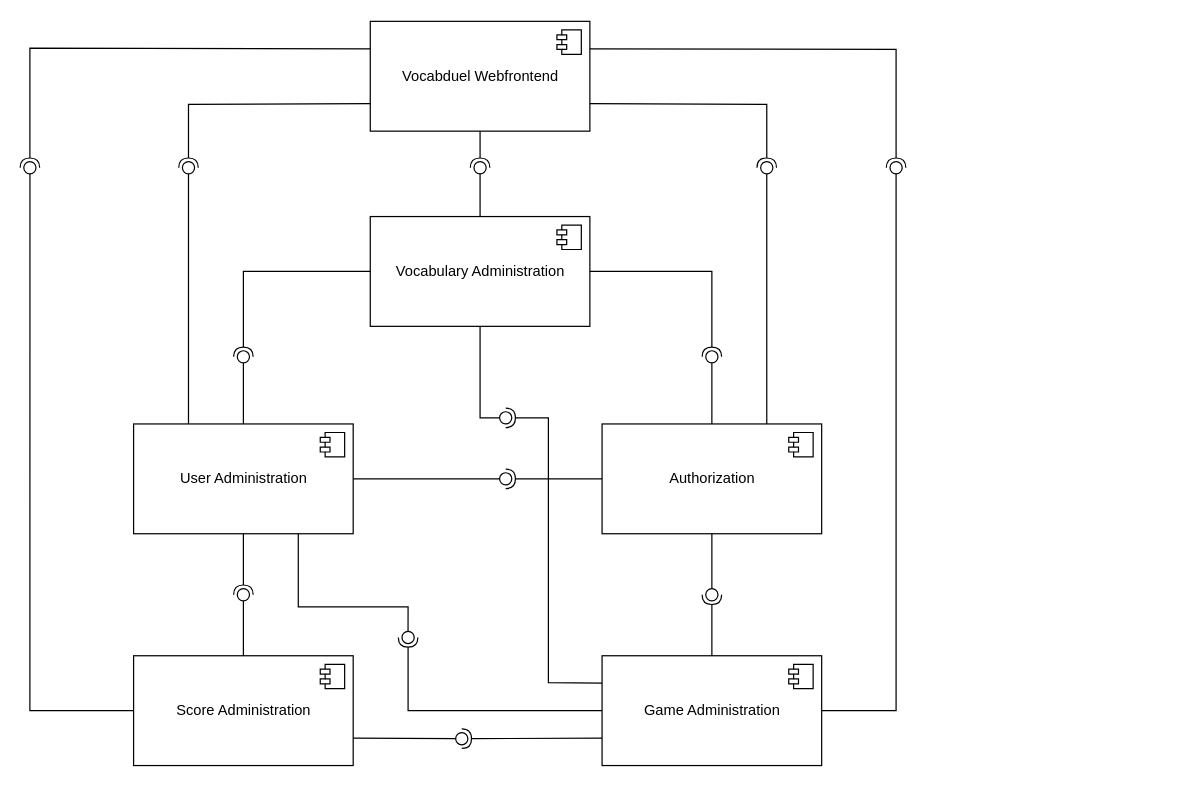
Before: components_diagram.drawio in lucaslar/htw-kba-gr7-vocabduel-monorepo, a draw.io diagram. Source tidied: cells renumbered, new cells numbered last; positions are measured from the earlier drawing's top-left corner, leaving out a move shared by most shapes. Both pictures are drawn from the tidied source at 122%, with x=0, y=0 at pixel (23, 21).
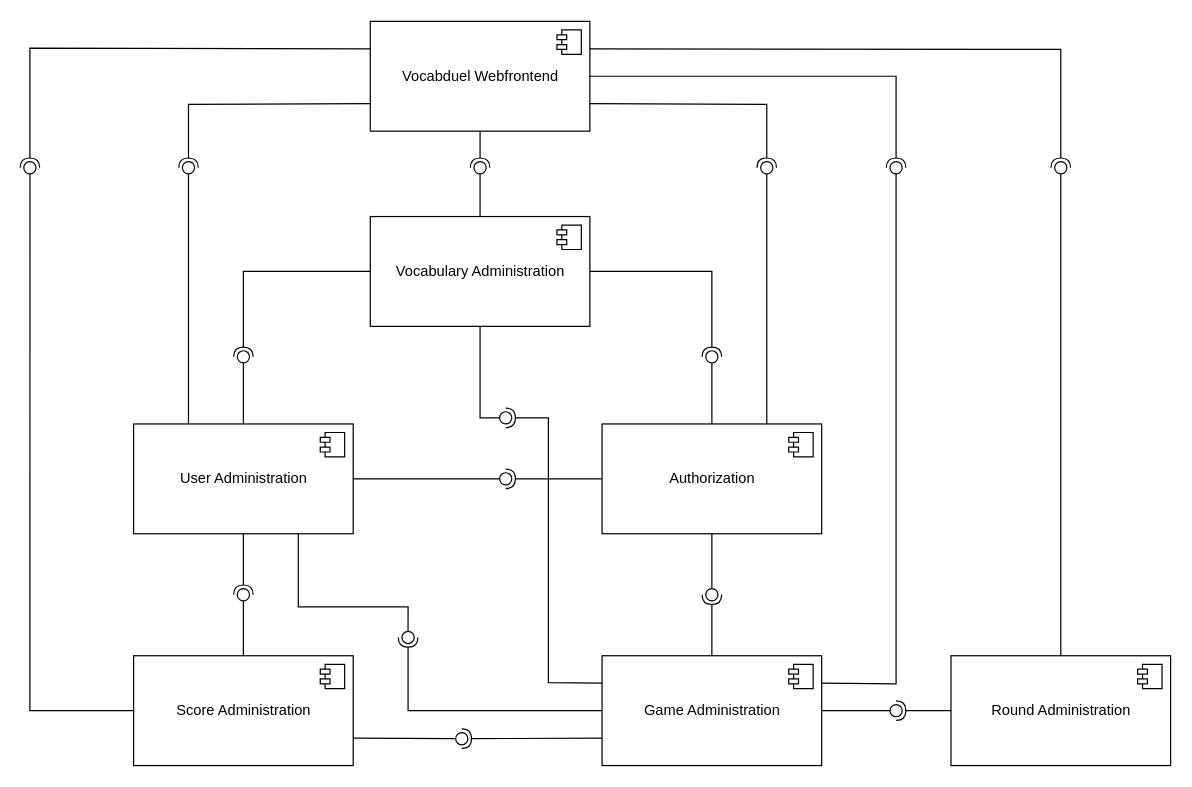
The same diagram, later.

Commit message:
Added Round Administration component to chart.

Unchanged cells that the change refers to:
```xml
<mxCell id="8" value="Game Administration" style="html=1;" parent="1" vertex="1">
  <mxGeometry x="474" y="520" width="180" height="90" as="geometry" />
</mxCell>
<mxCell id="10" value="Vocabduel Webfrontend" style="html=1;" parent="1" vertex="1">
  <mxGeometry x="284" width="180" height="90" as="geometry" />
</mxCell>
<mxCell id="19" style="ellipse;whiteSpace=wrap;html=1;fontFamily=Helvetica;fontSize=12;fontColor=#000000;align=center;strokeColor=#000000;fillColor=#ffffff;points=[];" parent="1" vertex="1">
  <mxGeometry x="710" y="115" width="10" height="10" as="geometry" />
</mxCell>
```

Diff of the diagram source:
```diff
@@
-    <mxCell id="17" style="rounded=0;jettySize=auto;html=1;endArrow=none;endFill=0;exitX=1;exitY=0.5;exitDx=0;exitDy=0;" parent="1" edge="1" source="8" target="19">
+    <mxCell id="17" style="rounded=0;jettySize=auto;html=1;endArrow=none;endFill=0;exitX=1;exitY=0.25;exitDx=0;exitDy=0;" parent="1" edge="1" source="8" target="19">
       <mxGeometry relative="1" as="geometry">
         <Array as="points">
-          <mxPoint x="715" y="565" />
+          <mxPoint x="715" y="543" />
         </Array>
       </mxGeometry>
     </mxCell>
-    <mxCell id="18" style="rounded=0;jettySize=auto;html=1;endArrow=halfCircle;endFill=0;entryX=0.5;entryY=0.5;entryDx=0;entryDy=0;endSize=6;strokeWidth=1;exitX=1;exitY=0.25;exitDx=0;exitDy=0;" parent="1" edge="1" source="10" target="19">
+    <mxCell id="18" style="rounded=0;jettySize=auto;html=1;endArrow=halfCircle;endFill=0;entryX=0.5;entryY=0.5;entryDx=0;entryDy=0;endSize=6;strokeWidth=1;exitX=1;exitY=0.5;exitDx=0;exitDy=0;" parent="1" edge="1" source="10" target="19">
       <mxGeometry relative="1" as="geometry">
         <Array as="points">
-          <mxPoint x="715" y="23" />
+          <mxPoint x="715" y="45" />
         </Array>
       </mxGeometry>
     </mxCell>
@@
+    <mxCell id="53" value="Round Administration" style="html=1;" parent="1" vertex="1">
+      <mxGeometry x="760" y="520" width="180" height="90" as="geometry" />
+    </mxCell>
+    <mxCell id="54" style="shape=module;jettyWidth=8;jettyHeight=4;" parent="53" vertex="1">
+      <mxGeometry x="1" width="20" height="20" relative="1" as="geometry">
+        <mxPoint x="-27" y="7" as="offset" />
+      </mxGeometry>
+    </mxCell>
+    <mxCell id="55" style="rounded=0;jettySize=auto;html=1;endArrow=none;endFill=0;exitX=0.5;exitY=0;exitDx=0;exitDy=0;" parent="1" edge="1" source="53" target="57">
+      <mxGeometry relative="1" as="geometry" />
+    </mxCell>
+    <mxCell id="56" style="rounded=0;jettySize=auto;html=1;endArrow=halfCircle;endFill=0;entryX=0.5;entryY=0.5;entryDx=0;entryDy=0;endSize=6;strokeWidth=1;exitX=1;exitY=0.25;exitDx=0;exitDy=0;" parent="1" edge="1" source="10" target="57">
+      <mxGeometry relative="1" as="geometry">
+        <Array as="points">
+          <mxPoint x="850" y="23" />
+        </Array>
+      </mxGeometry>
+    </mxCell>
+    <mxCell id="57" style="ellipse;whiteSpace=wrap;html=1;fontFamily=Helvetica;fontSize=12;fontColor=#000000;align=center;strokeColor=#000000;fillColor=#ffffff;points=[];" parent="1" vertex="1">
+      <mxGeometry x="845" y="115" width="10" height="10" as="geometry" />
+    </mxCell>
+    <mxCell id="58" style="rounded=0;jettySize=auto;html=1;endArrow=none;endFill=0;exitX=1;exitY=0.5;exitDx=0;exitDy=0;" parent="1" edge="1" source="8" target="60">
+      <mxGeometry relative="1" as="geometry" />
+    </mxCell>
+    <mxCell id="59" style="rounded=0;jettySize=auto;html=1;endArrow=halfCircle;endFill=0;entryX=0.5;entryY=0.5;entryDx=0;entryDy=0;endSize=6;strokeWidth=1;exitX=0;exitY=0.5;exitDx=0;exitDy=0;" parent="1" edge="1" source="53" target="60">
+      <mxGeometry relative="1" as="geometry" />
+    </mxCell>
+    <mxCell id="60" style="ellipse;whiteSpace=wrap;html=1;fontFamily=Helvetica;fontSize=12;fontColor=#000000;align=center;strokeColor=#000000;fillColor=#ffffff;points=[];" parent="1" vertex="1">
+      <mxGeometry x="710" y="560" width="10" height="10" as="geometry" />
+    </mxCell>
```
